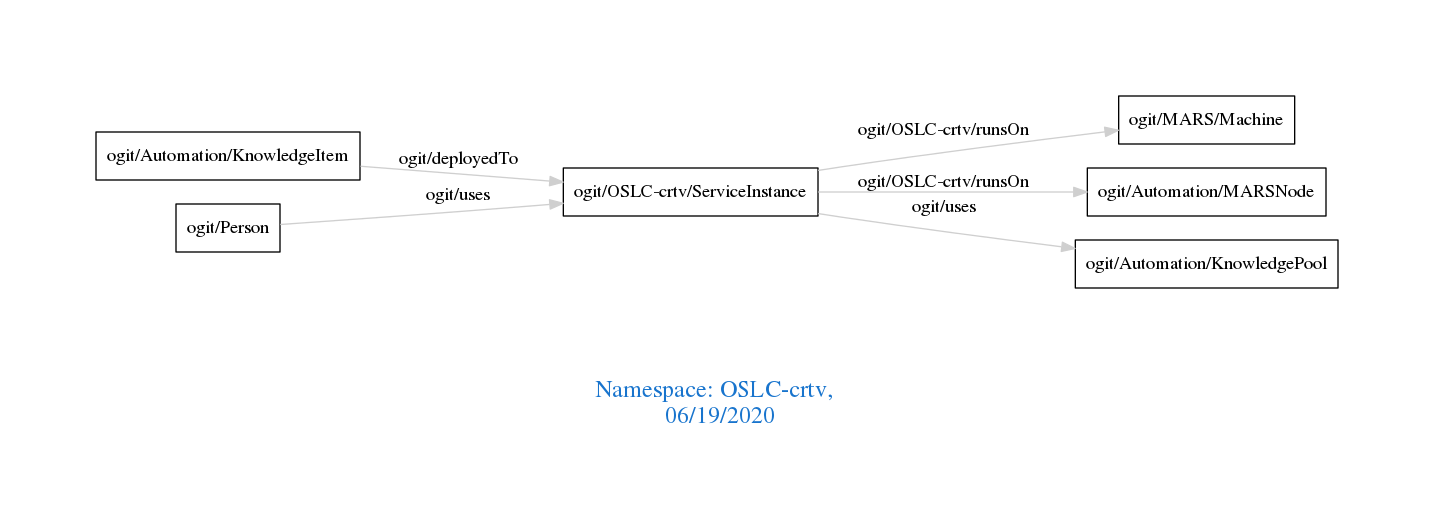
Earlier version of the Graphviz export downloads/OSLC-crtv.png (arago/OGIT). Its source is kept beside it as downloads/OSLC-crtv.dot.
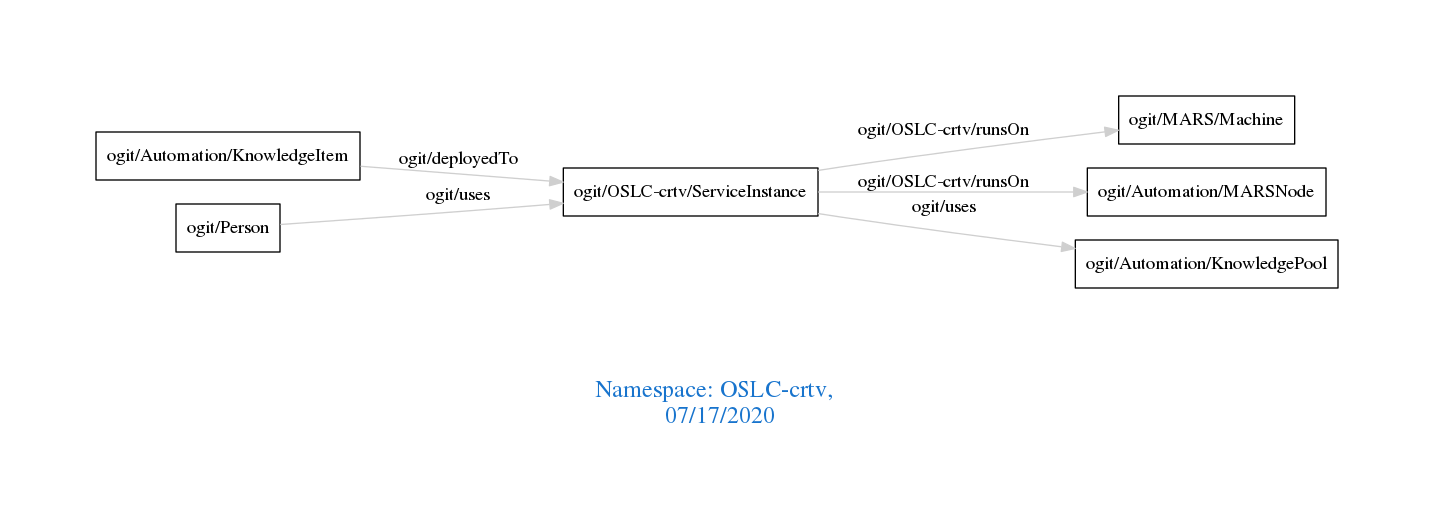
The same file after the commit.

The edit, as a diff of the source:
```diff
@@ -1,7 +1,7 @@
 digraph OGIT_ontology {
  graph [ rankdir= LR,pad=1
 fontsize = 18,
-fontcolor= dodgerblue3,label = "\n\n\nNamespace: OSLC-crtv, \n 06/19/2020"];
+fontcolor= dodgerblue3,label = "\n\n\nNamespace: OSLC-crtv, \n 07/17/2020"];
 node[shape=polygon];
 edge [  color="gray81"];
 
```
